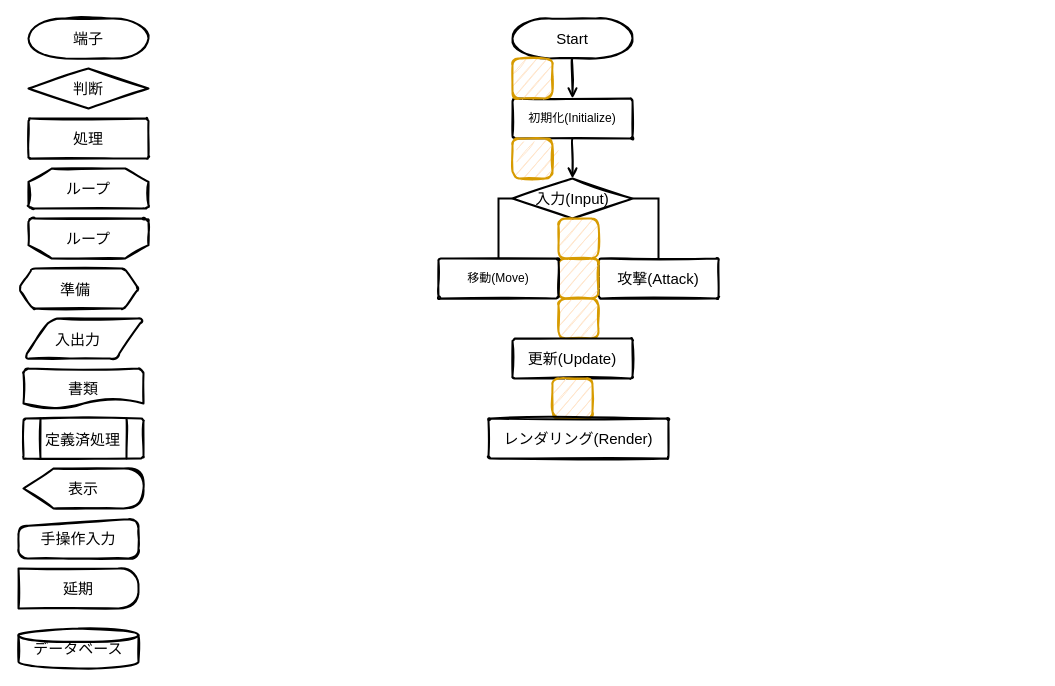
Earlier version of the draw.io diagram page "FlowChart" (1 of 8) of STG.drawio (TKG2800/STG). Source tidied: cells renumbered, new cells numbered last; positions are measured from the earlier drawing's top-left corner, leaving out a move shared by most shapes. Both pictures are drawn from the tidied source at 100%, with x=0, y=0 at pixel (18, 18).
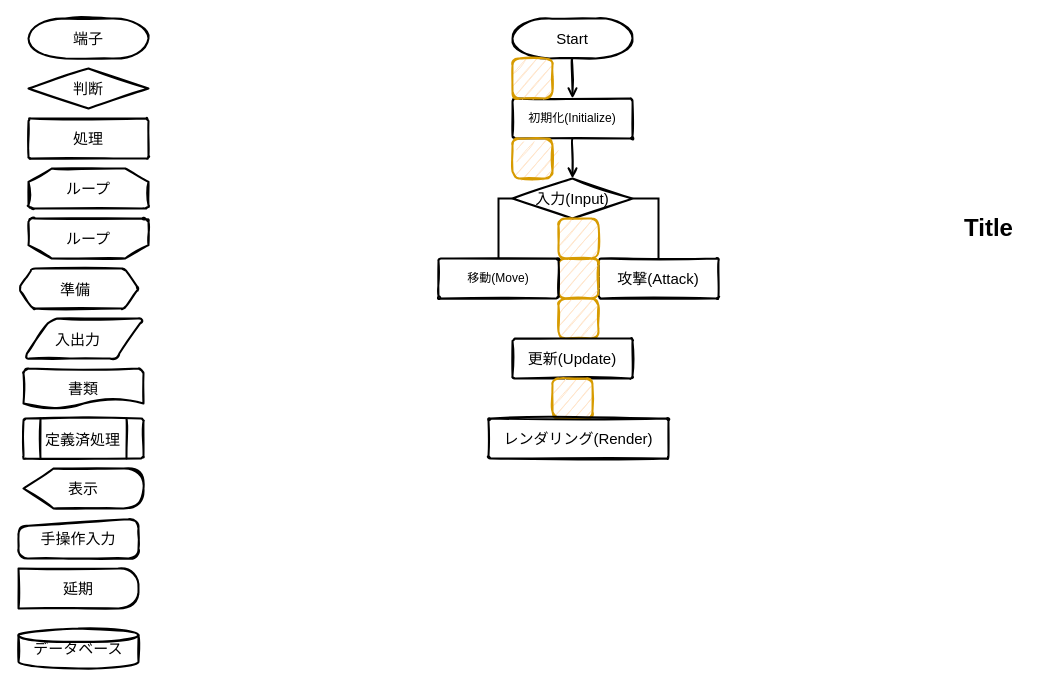
The same diagram, later.

What changed in the source:
```diff
@@
+    <mxCell id="35" value="Title" style="text;strokeColor=none;fillColor=none;html=1;fontSize=24;fontStyle=1;verticalAlign=middle;align=center;" parent="1" vertex="1">
+      <mxGeometry x="920" y="190" width="100" height="40" as="geometry" />
+    </mxCell>
```
